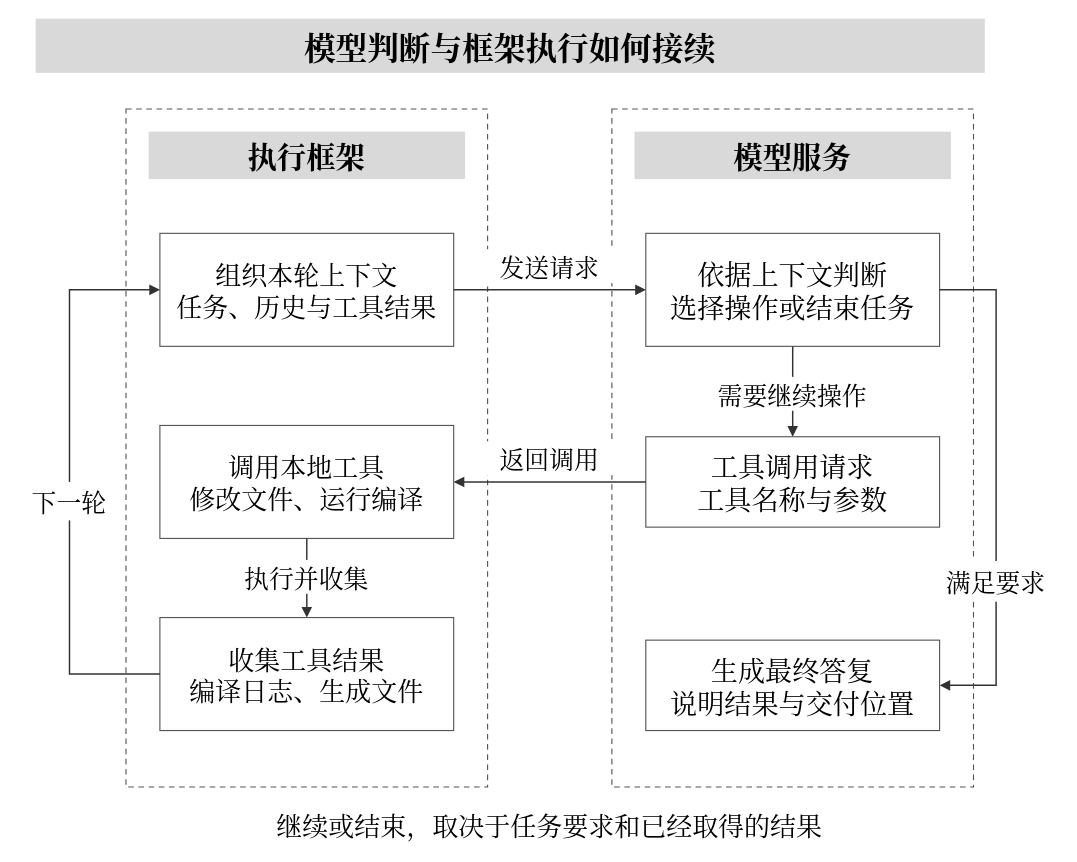
This is public/diagrams/research-agents/chapter-2/agentic-loop.drawio from luzhiyu-econ/EconLLM-Lab, a draw.io file, before an edit. Source tidied: cells renumbered, new cells numbered last; positions are measured from the earlier drawing's top-left corner, leaving out a move shared by most shapes. Both pictures are drawn from the tidied source at 113%, with x=0, y=0 at pixel (18, 18).
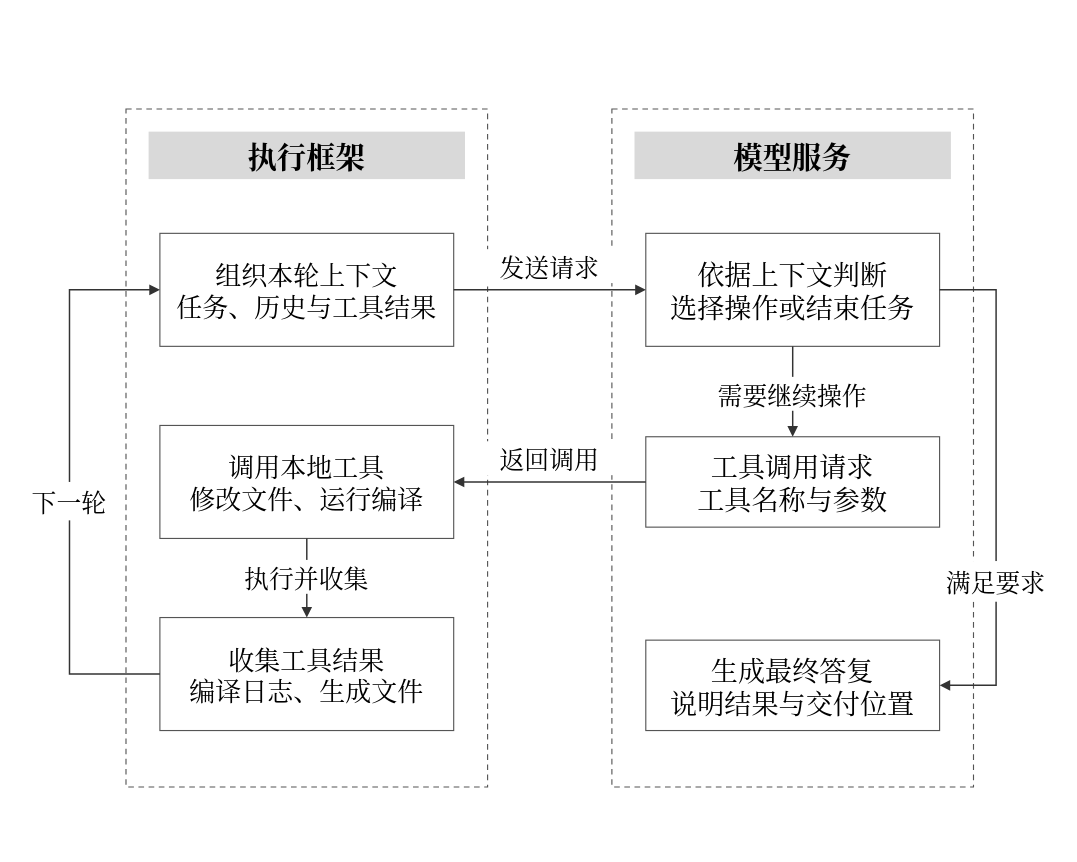
After the change.

What changed in the source:
```diff
@@
-    <mxCell id="2" value="模型判断与框架执行如何接续" style="rounded=0;fillColor=#d9d9d9;strokeColor=none;fontFamily=Noto Serif CJK SC;fontSize=28;fontStyle=1;html=0;" parent="1" vertex="1">
-      <mxGeometry x="15" width="840" height="48" as="geometry" />
-    </mxCell>
@@
-    <mxCell id="25" value="继续或结束，取决于任务要求和已经取得的结果" style="rounded=0;fillColor=none;strokeColor=none;fontColor=#000000;fontFamily=Noto Serif CJK SC;fontSize=23;html=0;" parent="1" vertex="1">
-      <mxGeometry x="95" y="696" width="750" height="34" as="geometry" />
-    </mxCell>
```
